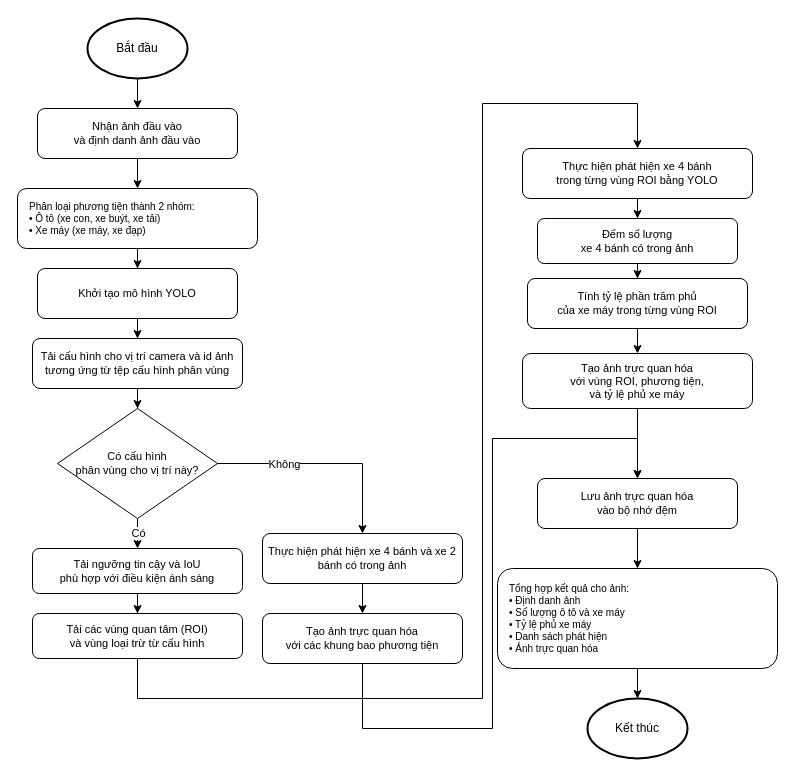
This is fig/process_quadrant.drawio from Denzaro/DATN_Thesis, a draw.io file, before an edit. Source tidied: cells renumbered, new cells numbered last; positions are measured from the earlier drawing's top-left corner, leaving out a move shared by most shapes. Both pictures are drawn from the tidied source at 100%, with x=0, y=0 at pixel (17, 18).
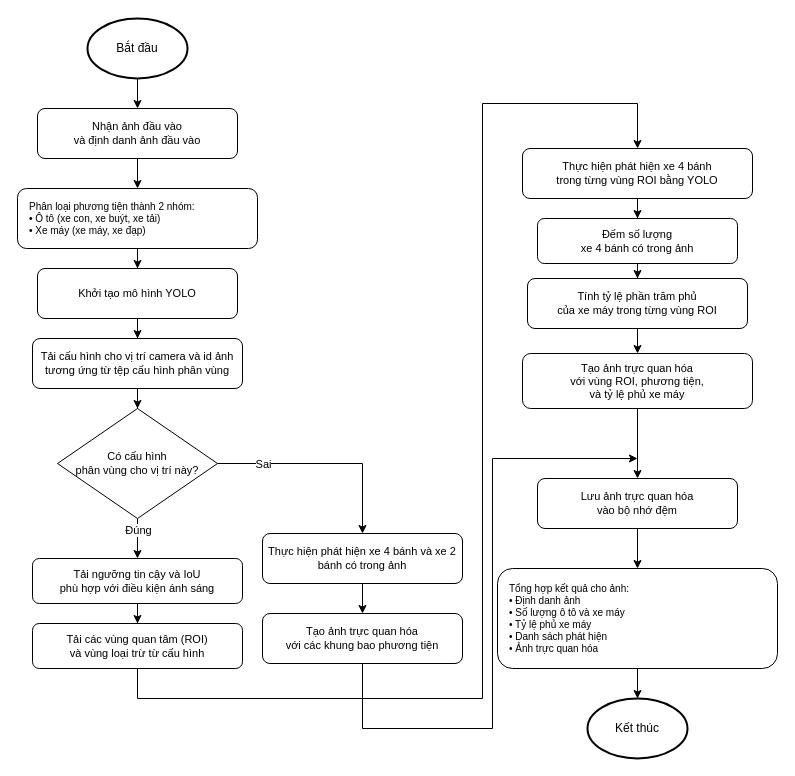
After the change.

Unchanged cells that the change refers to:
```xml
<mxCell id="8" style="edgeStyle=orthogonalEdgeStyle;rounded=0;jettySize=auto;html=1;entryX=0.5;entryY=0;entryDx=0;entryDy=0;" parent="1" edge="1" source="12" target="14">
  <mxGeometry relative="1" as="geometry" />
</mxCell>
<mxCell id="10" style="edgeStyle=orthogonalEdgeStyle;rounded=0;jettySize=auto;html=1;entryX=0.5;entryY=0;entryDx=0;entryDy=0;" parent="1" edge="1" source="12" target="26">
  <mxGeometry relative="1" as="geometry" />
</mxCell>
<mxCell id="28" value="Tạo ảnh trực quan hóa&lt;br&gt;với các khung bao phương tiện" style="rounded=1;whiteSpace=wrap;html=1;fontSize=11;" parent="1" vertex="1">
  <mxGeometry x="245" y="595" width="200" height="50" as="geometry" />
</mxCell>
<mxCell id="30" value="Lưu ảnh trực quan hóa&lt;br&gt;vào bộ nhớ đệm" style="rounded=1;whiteSpace=wrap;html=1;fontSize=11;" parent="1" vertex="1">
  <mxGeometry x="520" y="460" width="200" height="50" as="geometry" />
</mxCell>
```

The edit, as a diff of the source:
```diff
@@
-    <mxCell id="9" value="Có" style="edgeLabel;html=1;align=center;verticalAlign=middle;" parent="8" vertex="1">
+    <mxCell id="9" value="Đúng" style="edgeLabel;html=1;align=center;verticalAlign=middle;" parent="8" vertex="1">
       <mxGeometry x="-0.44" relative="1" as="geometry" />
     </mxCell>
@@
-    <mxCell id="11" value="Không" style="edgeLabel;html=1;align=center;verticalAlign=middle;" parent="10" vertex="1">
+    <mxCell id="11" value="Sai" style="edgeLabel;html=1;align=center;verticalAlign=middle;" parent="10" vertex="1">
       <mxGeometry x="-0.45" y="-2" relative="1" as="geometry">
-        <mxPoint x="7" y="-2" as="offset" />
+        <mxPoint x="-14" y="-2" as="offset" />
       </mxGeometry>
     </mxCell>
@@
     <mxCell id="14" value="Tải ngưỡng tin cậy và IoU&lt;br&gt;phù hợp với điều kiện ánh sáng" style="rounded=1;whiteSpace=wrap;html=1;fontSize=11;" parent="1" vertex="1">
-      <mxGeometry x="15" y="530" width="210" height="45" as="geometry" />
+      <mxGeometry x="15" y="540" width="210" height="45" as="geometry" />
     </mxCell>
@@
     <mxCell id="16" value="Tải các vùng quan tâm (ROI)&lt;br&gt;và vùng loại trừ từ cấu hình" style="rounded=1;whiteSpace=wrap;html=1;fontSize=11;" parent="1" vertex="1">
-      <mxGeometry x="15" y="595" width="210" height="45" as="geometry" />
+      <mxGeometry x="15" y="605" width="210" height="45" as="geometry" />
     </mxCell>
@@
-    <mxCell id="27" style="edgeStyle=orthogonalEdgeStyle;rounded=0;jettySize=auto;html=1;entryX=0.5;entryY=0;entryDx=0;entryDy=0;" parent="1" edge="1" source="28" target="30">
+    <mxCell id="27" style="edgeStyle=orthogonalEdgeStyle;rounded=0;jettySize=auto;html=1;" parent="1" edge="1" source="28">
       <mxGeometry relative="1" as="geometry">
+        <mxPoint x="620" y="440" as="targetPoint" />
         <Array as="points">
           <mxPoint x="345" y="710" />
           <mxPoint x="475" y="710" />
-          <mxPoint x="475" y="420" />
-          <mxPoint x="620" y="420" />
+          <mxPoint x="475" y="440" />
+          <mxPoint x="620" y="440" />
         </Array>
       </mxGeometry>
     </mxCell>
```
